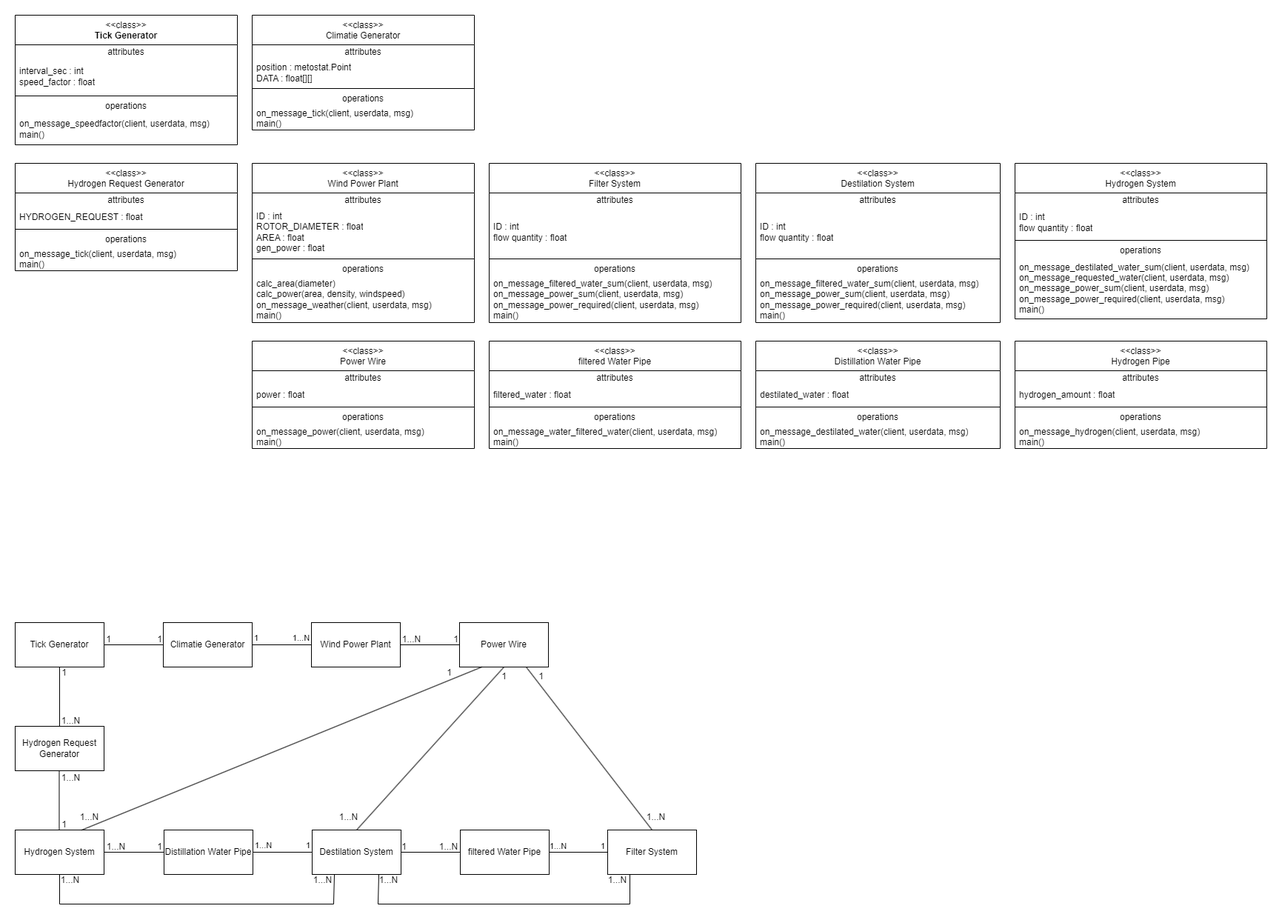
Before: docs/Hydrogen_Information_Diagramm_v1.png, a diagram exported from draw.io (tommyx5/WasserstoffCPSP). Source tidied: cells renumbered, new cells last; positions are measured from the earlier drawing's top-left corner, leaving out a move shared by most shapes.
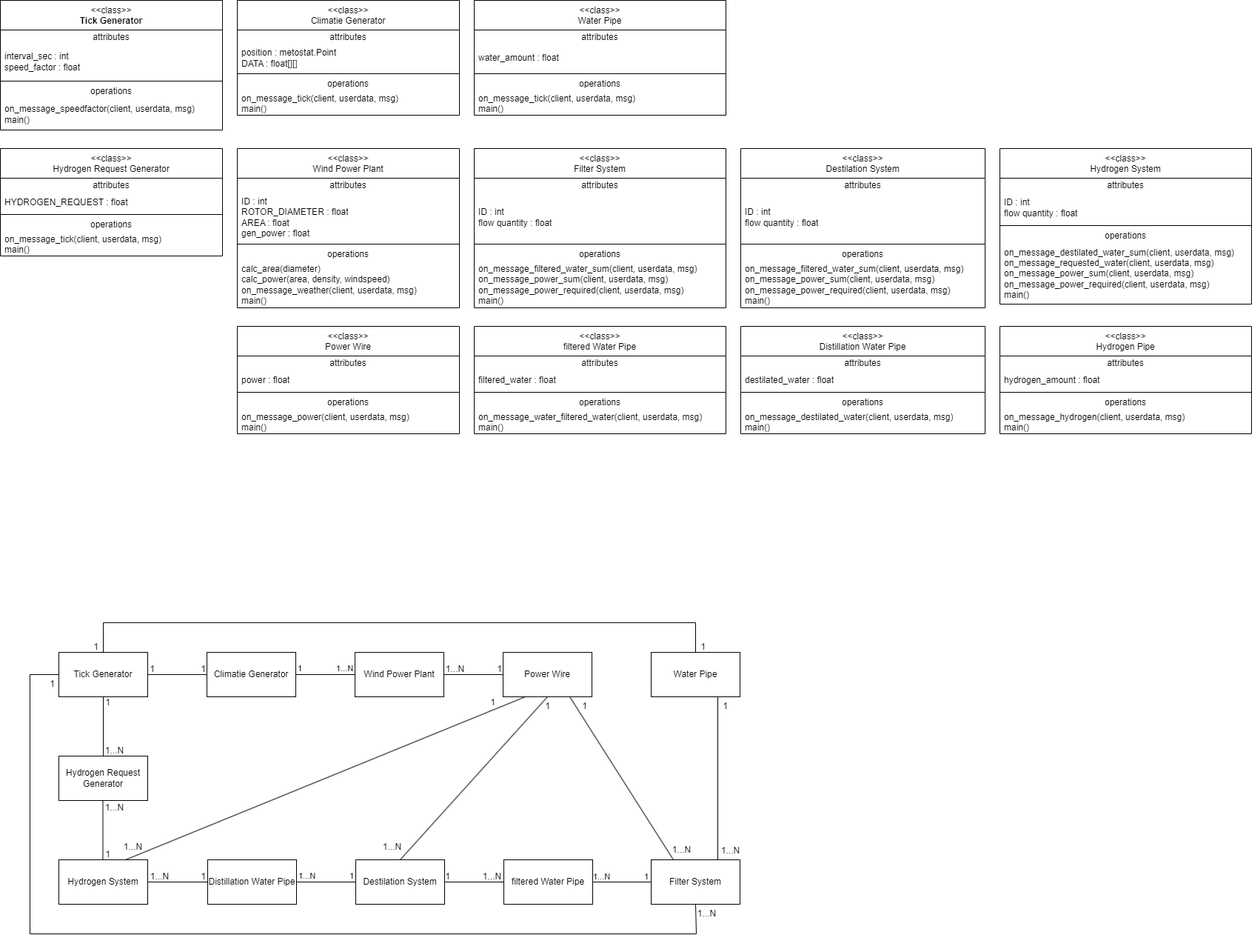
Later version of the same file.

Commit message:
update: tick -> water pipe, filter system

Diff of the diagram source:
```diff
@@ -3,7 +3,7 @@
     <mxCell id="0" />
     <mxCell id="1" parent="0" />
     <mxCell id="2" value="&amp;lt;&amp;lt;class&amp;gt;&amp;gt;&lt;br&gt;&lt;b&gt;Tick Generator&lt;/b&gt;" style="swimlane;fontStyle=0;align=center;verticalAlign=top;horizontal=1;startSize=40;html=1;whiteSpace=wrap;" parent="1" vertex="1">
-      <mxGeometry width="300" height="175" as="geometry" />
+      <mxGeometry x="-79" y="-60" width="300" height="175" as="geometry" />
     </mxCell>
     <mxCell id="3" value="attributes" style="text;html=1;strokeColor=none;fillColor=none;align=center;verticalAlign=middle;spacingLeft=4;spacingRight=4;overflow=hidden;whiteSpace=wrap;" parent="2" vertex="1">
       <mxGeometry y="40" width="300" height="20" as="geometry" />
@@ -21,7 +21,7 @@
       <mxGeometry y="133" width="300" height="42" as="geometry" />
     </mxCell>
     <mxCell id="8" value="&amp;lt;&amp;lt;class&amp;gt;&amp;gt;&lt;br&gt;Climatie Generator" style="swimlane;fontStyle=0;align=center;verticalAlign=top;horizontal=1;startSize=40;html=1;whiteSpace=wrap;" parent="1" vertex="1">
-      <mxGeometry x="320" width="300" height="155" as="geometry" />
+      <mxGeometry x="241" y="-60" width="300" height="155" as="geometry" />
     </mxCell>
     <mxCell id="9" value="attributes" style="text;html=1;strokeColor=none;fillColor=none;align=center;verticalAlign=middle;spacingLeft=4;spacingRight=4;overflow=hidden;whiteSpace=wrap;" parent="8" vertex="1">
       <mxGeometry y="40" width="300" height="20" as="geometry" />
@@ -39,7 +39,7 @@
       <mxGeometry y="123" width="300" height="32" as="geometry" />
     </mxCell>
     <mxCell id="14" value="&amp;lt;&amp;lt;class&amp;gt;&amp;gt;&lt;br&gt;Wind Power Plant" style="swimlane;fontStyle=0;align=center;verticalAlign=top;horizontal=1;startSize=40;html=1;whiteSpace=wrap;" parent="1" vertex="1">
-      <mxGeometry x="320" y="200" width="300" height="215" as="geometry" />
+      <mxGeometry x="241" y="140" width="300" height="215" as="geometry" />
     </mxCell>
     <mxCell id="15" value="attributes" style="text;html=1;strokeColor=none;fillColor=none;align=center;verticalAlign=middle;spacingLeft=4;spacingRight=4;overflow=hidden;whiteSpace=wrap;" parent="14" vertex="1">
       <mxGeometry y="40" width="300" height="20" as="geometry" />
@@ -57,7 +57,7 @@
       <mxGeometry y="153" width="300" height="62" as="geometry" />
     </mxCell>
     <mxCell id="20" value="&amp;lt;&amp;lt;class&amp;gt;&amp;gt;&lt;br&gt;Power Wire" style="swimlane;fontStyle=0;align=center;verticalAlign=top;horizontal=1;startSize=40;html=1;whiteSpace=wrap;" parent="1" vertex="1">
-      <mxGeometry x="320" y="440" width="300" height="145" as="geometry" />
+      <mxGeometry x="241" y="380" width="300" height="145" as="geometry" />
     </mxCell>
     <mxCell id="21" value="attributes" style="text;html=1;strokeColor=none;fillColor=none;align=center;verticalAlign=middle;spacingLeft=4;spacingRight=4;overflow=hidden;whiteSpace=wrap;" parent="20" vertex="1">
       <mxGeometry y="40" width="300" height="20" as="geometry" />
@@ -75,7 +75,7 @@
       <mxGeometry y="113" width="300" height="32" as="geometry" />
     </mxCell>
     <mxCell id="26" value="&amp;lt;&amp;lt;class&amp;gt;&amp;gt;&lt;br&gt;Hydrogen Request Generator" style="swimlane;fontStyle=0;align=center;verticalAlign=top;horizontal=1;startSize=40;html=1;whiteSpace=wrap;" parent="1" vertex="1">
-      <mxGeometry y="200" width="300" height="145" as="geometry" />
+      <mxGeometry x="-79" y="140" width="300" height="145" as="geometry" />
     </mxCell>
     <mxCell id="27" value="attributes" style="text;html=1;strokeColor=none;fillColor=none;align=center;verticalAlign=middle;spacingLeft=4;spacingRight=4;overflow=hidden;whiteSpace=wrap;" parent="26" vertex="1">
       <mxGeometry y="40" width="300" height="20" as="geometry" />
@@ -93,7 +93,7 @@
       <mxGeometry y="113" width="300" height="32" as="geometry" />
     </mxCell>
     <mxCell id="32" value="&amp;lt;&amp;lt;class&amp;gt;&amp;gt;&lt;br&gt;Hydrogen Pipe" style="swimlane;fontStyle=0;align=center;verticalAlign=top;horizontal=1;startSize=40;html=1;whiteSpace=wrap;" parent="1" vertex="1">
-      <mxGeometry x="1350" y="440" width="340" height="145" as="geometry" />
+      <mxGeometry x="1271" y="380" width="340" height="145" as="geometry" />
     </mxCell>
     <mxCell id="33" value="attributes" style="text;html=1;strokeColor=none;fillColor=none;align=center;verticalAlign=middle;spacingLeft=4;spacingRight=4;overflow=hidden;whiteSpace=wrap;" parent="32" vertex="1">
       <mxGeometry y="40" width="340" height="20" as="geometry" />
@@ -111,7 +111,7 @@
       <mxGeometry y="113" width="340" height="32" as="geometry" />
     </mxCell>
     <mxCell id="38" value="&amp;lt;&amp;lt;class&amp;gt;&amp;gt;&lt;br&gt;filtered Water Pipe" style="swimlane;fontStyle=0;align=center;verticalAlign=top;horizontal=1;startSize=40;html=1;whiteSpace=wrap;" parent="1" vertex="1">
-      <mxGeometry x="640" y="440" width="340" height="145" as="geometry" />
+      <mxGeometry x="561" y="380" width="340" height="145" as="geometry" />
     </mxCell>
     <mxCell id="39" value="attributes" style="text;html=1;strokeColor=none;fillColor=none;align=center;verticalAlign=middle;spacingLeft=4;spacingRight=4;overflow=hidden;whiteSpace=wrap;" parent="38" vertex="1">
       <mxGeometry y="40" width="340" height="20" as="geometry" />
@@ -129,7 +129,7 @@
       <mxGeometry y="113" width="340" height="32" as="geometry" />
     </mxCell>
     <mxCell id="44" value="&amp;lt;&amp;lt;class&amp;gt;&amp;gt;&lt;br&gt;Distillation Water Pipe" style="swimlane;fontStyle=0;align=center;verticalAlign=top;horizontal=1;startSize=40;html=1;whiteSpace=wrap;" parent="1" vertex="1">
-      <mxGeometry x="1000" y="440" width="330" height="145" as="geometry" />
+      <mxGeometry x="921" y="380" width="330" height="145" as="geometry" />
     </mxCell>
     <mxCell id="45" value="attributes" style="text;html=1;strokeColor=none;fillColor=none;align=center;verticalAlign=middle;spacingLeft=4;spacingRight=4;overflow=hidden;whiteSpace=wrap;" parent="44" vertex="1">
       <mxGeometry y="40" width="330" height="20" as="geometry" />
@@ -147,7 +147,7 @@
       <mxGeometry y="113" width="330" height="32" as="geometry" />
     </mxCell>
     <mxCell id="50" value="&amp;lt;&amp;lt;class&amp;gt;&amp;gt;&lt;br&gt;Filter System" style="swimlane;fontStyle=0;align=center;verticalAlign=top;horizontal=1;startSize=40;html=1;whiteSpace=wrap;" parent="1" vertex="1">
-      <mxGeometry x="640" y="200" width="340" height="215" as="geometry" />
+      <mxGeometry x="561" y="140" width="340" height="215" as="geometry" />
     </mxCell>
     <mxCell id="51" value="attributes" style="text;html=1;strokeColor=none;fillColor=none;align=center;verticalAlign=middle;spacingLeft=4;spacingRight=4;overflow=hidden;whiteSpace=wrap;" parent="50" vertex="1">
       <mxGeometry y="40" width="340" height="20" as="geometry" />
@@ -165,7 +165,7 @@
       <mxGeometry y="153" width="340" height="62" as="geometry" />
     </mxCell>
     <mxCell id="56" value="&amp;lt;&amp;lt;class&amp;gt;&amp;gt;&lt;br&gt;Destilation System" style="swimlane;fontStyle=0;align=center;verticalAlign=top;horizontal=1;startSize=40;html=1;whiteSpace=wrap;" parent="1" vertex="1">
-      <mxGeometry x="1000" y="200" width="330" height="215" as="geometry" />
+      <mxGeometry x="921" y="140" width="330" height="215" as="geometry" />
     </mxCell>
     <mxCell id="57" value="attributes" style="text;html=1;strokeColor=none;fillColor=none;align=center;verticalAlign=middle;spacingLeft=4;spacingRight=4;overflow=hidden;whiteSpace=wrap;" parent="56" vertex="1">
       <mxGeometry y="40" width="330" height="20" as="geometry" />
@@ -183,7 +183,7 @@
       <mxGeometry y="153" width="330" height="62" as="geometry" />
     </mxCell>
     <mxCell id="62" value="&amp;lt;&amp;lt;class&amp;gt;&amp;gt;&lt;br&gt;Hydrogen System" style="swimlane;fontStyle=0;align=center;verticalAlign=top;horizontal=1;startSize=40;html=1;whiteSpace=wrap;" parent="1" vertex="1">
-      <mxGeometry x="1350" y="200" width="340" height="210" as="geometry" />
+      <mxGeometry x="1271" y="140" width="340" height="210" as="geometry" />
     </mxCell>
     <mxCell id="63" value="attributes" style="text;html=1;strokeColor=none;fillColor=none;align=center;verticalAlign=middle;spacingLeft=4;spacingRight=4;overflow=hidden;whiteSpace=wrap;" parent="62" vertex="1">
       <mxGeometry y="40" width="340" height="20" as="geometry" />
@@ -306,7 +306,7 @@
     <mxCell id="99" value="1...N&amp;nbsp; &amp;nbsp; &amp;nbsp; &amp;nbsp; &amp;nbsp; &amp;nbsp; &amp;nbsp; &amp;nbsp;1" style="edgeLabel;html=1;align=center;verticalAlign=bottom;" parent="98" vertex="1">
       <mxGeometry x="-0.04" y="-1" relative="1" as="geometry" />
     </mxCell>
-    <mxCell id="100" style="endArrow=none;html=1;rounded=0;entryX=0.75;entryY=1;entryDx=0;entryDy=0;exitX=0.5;exitY=0;exitDx=0;exitDy=0;" parent="1" edge="1" source="88" target="71">
+    <mxCell id="100" style="endArrow=none;html=1;rounded=0;entryX=0.75;entryY=1;entryDx=0;entryDy=0;exitX=0.25;exitY=0;exitDx=0;exitDy=0;" parent="1" edge="1" source="88" target="71">
       <mxGeometry relative="1" as="geometry" />
     </mxCell>
     <mxCell id="101" style="endArrow=none;html=1;rounded=0;entryX=0.5;entryY=1;entryDx=0;entryDy=0;exitX=0.5;exitY=0;exitDx=0;exitDy=0;" parent="1" edge="1" source="91" target="71">
@@ -325,7 +325,7 @@
       <mxGeometry x="425" y="1068" width="50" height="30" as="geometry" />
     </mxCell>
     <mxCell id="106" value="1...N" style="text;html=1;align=center;verticalAlign=middle;strokeColor=none;fillColor=none;" parent="1" vertex="1">
-      <mxGeometry x="840" y="1068" width="50" height="30" as="geometry" />
+      <mxGeometry x="816" y="1072" width="50" height="30" as="geometry" />
     </mxCell>
     <mxCell id="107" value="1" style="text;html=1;align=center;verticalAlign=middle;strokeColor=none;fillColor=none;" parent="1" vertex="1">
       <mxGeometry x="645" y="878" width="30" height="30" as="geometry" />
@@ -333,39 +333,70 @@
     <mxCell id="108" value="1" style="text;html=1;align=center;verticalAlign=middle;strokeColor=none;fillColor=none;" parent="1" vertex="1">
       <mxGeometry x="695" y="878" width="30" height="30" as="geometry" />
     </mxCell>
-    <mxCell id="109" style="endArrow=none;html=1;rounded=0;exitX=0.5;exitY=1;exitDx=0;exitDy=0;entryX=0.25;entryY=1;entryDx=0;entryDy=0;" parent="1" edge="1" source="73" target="91">
-      <mxGeometry relative="1" as="geometry">
-        <Array as="points">
-          <mxPoint x="60" y="1200" />
-          <mxPoint x="430" y="1200" />
-        </Array>
-      </mxGeometry>
-    </mxCell>
-    <mxCell id="110" value="1...N" style="text;html=1;align=center;verticalAlign=middle;strokeColor=none;fillColor=none;" parent="1" vertex="1">
-      <mxGeometry x="49" y="1153" width="50" height="30" as="geometry" />
-    </mxCell>
-    <mxCell id="111" value="1...N" style="text;html=1;align=center;verticalAlign=middle;strokeColor=none;fillColor=none;" parent="1" vertex="1">
-      <mxGeometry x="390" y="1153" width="50" height="30" as="geometry" />
-    </mxCell>
-    <mxCell id="112" style="endArrow=none;html=1;rounded=0;exitX=0.75;exitY=1;exitDx=0;exitDy=0;entryX=0.25;entryY=1;entryDx=0;entryDy=0;" parent="1" edge="1" source="91" target="88">
-      <mxGeometry relative="1" as="geometry">
-        <Array as="points">
-          <mxPoint x="490" y="1200" />
-          <mxPoint x="830" y="1200" />
-        </Array>
-      </mxGeometry>
-    </mxCell>
-    <mxCell id="113" value="1...N" style="text;html=1;align=center;verticalAlign=middle;strokeColor=none;fillColor=none;" parent="1" vertex="1">
-      <mxGeometry x="479" y="1153" width="50" height="30" as="geometry" />
-    </mxCell>
-    <mxCell id="114" value="1...N" style="text;html=1;align=center;verticalAlign=middle;strokeColor=none;fillColor=none;" parent="1" vertex="1">
-      <mxGeometry x="788" y="1153" width="50" height="30" as="geometry" />
-    </mxCell>
     <mxCell id="115" value="1...N" style="text;html=1;align=center;verticalAlign=middle;strokeColor=none;fillColor=none;" parent="1" vertex="1">
       <mxGeometry x="560" y="1108" width="50" height="30" as="geometry" />
     </mxCell>
     <mxCell id="116" value="1" style="text;html=1;align=center;verticalAlign=middle;strokeColor=none;fillColor=none;" parent="1" vertex="1">
       <mxGeometry x="510" y="1108" width="30" height="30" as="geometry" />
     </mxCell>
+    <mxCell id="117" value="&amp;lt;&amp;lt;class&amp;gt;&amp;gt;&lt;br&gt;Water Pipe" style="swimlane;fontStyle=0;align=center;verticalAlign=top;horizontal=1;startSize=40;html=1;whiteSpace=wrap;" parent="1" vertex="1">
+      <mxGeometry x="561" y="-60" width="340" height="155" as="geometry" />
+    </mxCell>
+    <mxCell id="118" value="attributes" style="text;html=1;strokeColor=none;fillColor=none;align=center;verticalAlign=middle;spacingLeft=4;spacingRight=4;overflow=hidden;whiteSpace=wrap;" parent="117" vertex="1">
+      <mxGeometry y="40" width="340" height="20" as="geometry" />
+    </mxCell>
+    <mxCell id="119" value="&lt;div&gt;water_amount : float&lt;/div&gt;" style="text;html=1;strokeColor=none;fillColor=none;align=left;verticalAlign=middle;spacingLeft=4;spacingRight=4;overflow=hidden;whiteSpace=wrap;" parent="117" vertex="1">
+      <mxGeometry y="60" width="340" height="35" as="geometry" />
+    </mxCell>
+    <mxCell id="120" style="line;strokeWidth=1;fillColor=none;align=left;verticalAlign=middle;spacingTop=-1;spacingLeft=3;spacingRight=3;labelPosition=right;" parent="117" vertex="1">
+      <mxGeometry y="95" width="340" height="8" as="geometry" />
+    </mxCell>
+    <mxCell id="121" value="operations" style="text;html=1;strokeColor=none;fillColor=none;align=center;verticalAlign=middle;spacingLeft=4;spacingRight=4;overflow=hidden;whiteSpace=wrap;" parent="117" vertex="1">
+      <mxGeometry y="103" width="340" height="20" as="geometry" />
+    </mxCell>
+    <mxCell id="122" value="on_message_tick(client, userdata, msg)&lt;div&gt;main()&lt;br&gt;&lt;/div&gt;" style="text;html=1;strokeColor=none;fillColor=none;align=left;verticalAlign=middle;spacingLeft=4;spacingRight=4;overflow=hidden;whiteSpace=wrap;" parent="117" vertex="1">
+      <mxGeometry y="123" width="340" height="32" as="geometry" />
+    </mxCell>
+    <mxCell id="123" value="Water Pipe" style="rounded=0;whiteSpace=wrap;html=1;" parent="1" vertex="1">
+      <mxGeometry x="800" y="820" width="120" height="60" as="geometry" />
+    </mxCell>
+    <mxCell id="124" style="endArrow=none;html=1;rounded=0;entryX=0.75;entryY=1;entryDx=0;entryDy=0;exitX=0.75;exitY=0;exitDx=0;exitDy=0;" parent="1" edge="1" source="88" target="123">
+      <mxGeometry relative="1" as="geometry" />
+    </mxCell>
+    <mxCell id="125" value="1" style="text;html=1;align=center;verticalAlign=middle;strokeColor=none;fillColor=none;" parent="1" vertex="1">
+      <mxGeometry x="885" y="878" width="30" height="30" as="geometry" />
+    </mxCell>
+    <mxCell id="126" value="1...N" style="text;html=1;align=center;verticalAlign=middle;strokeColor=none;fillColor=none;" parent="1" vertex="1">
+      <mxGeometry x="882" y="1073" width="50" height="30" as="geometry" />
+    </mxCell>
+    <mxCell id="127" style="endArrow=none;html=1;rounded=0;exitX=0.5;exitY=0;exitDx=0;exitDy=0;entryX=0.5;entryY=0;entryDx=0;entryDy=0;" parent="1" edge="1" source="68" target="123">
+      <mxGeometry relative="1" as="geometry">
+        <Array as="points">
+          <mxPoint x="60" y="780" />
+          <mxPoint x="860" y="780" />
+        </Array>
+      </mxGeometry>
+    </mxCell>
+    <mxCell id="128" value="1" style="text;html=1;align=center;verticalAlign=middle;strokeColor=none;fillColor=none;" parent="1" vertex="1">
+      <mxGeometry x="35" y="798" width="30" height="30" as="geometry" />
+    </mxCell>
+    <mxCell id="129" value="1" style="text;html=1;align=center;verticalAlign=middle;strokeColor=none;fillColor=none;" parent="1" vertex="1">
+      <mxGeometry x="855" y="798" width="30" height="30" as="geometry" />
+    </mxCell>
+    <mxCell id="130" style="endArrow=none;html=1;rounded=0;entryX=0.5;entryY=1;entryDx=0;entryDy=0;exitX=0;exitY=0.5;exitDx=0;exitDy=0;" parent="1" edge="1" source="68" target="88">
+      <mxGeometry relative="1" as="geometry">
+        <Array as="points">
+          <mxPoint x="-39" y="850" />
+          <mxPoint x="-39" y="1200" />
+          <mxPoint x="861" y="1200" />
+        </Array>
+      </mxGeometry>
+    </mxCell>
+    <mxCell id="131" value="1" style="text;html=1;align=center;verticalAlign=middle;strokeColor=none;fillColor=none;" parent="1" vertex="1">
+      <mxGeometry x="-24" y="848" width="30" height="30" as="geometry" />
+    </mxCell>
+    <mxCell id="132" value="1...N" style="text;html=1;align=center;verticalAlign=middle;strokeColor=none;fillColor=none;" parent="1" vertex="1">
+      <mxGeometry x="850" y="1158" width="50" height="30" as="geometry" />
+    </mxCell>
   </root>
 </mxGraphModel>
```
